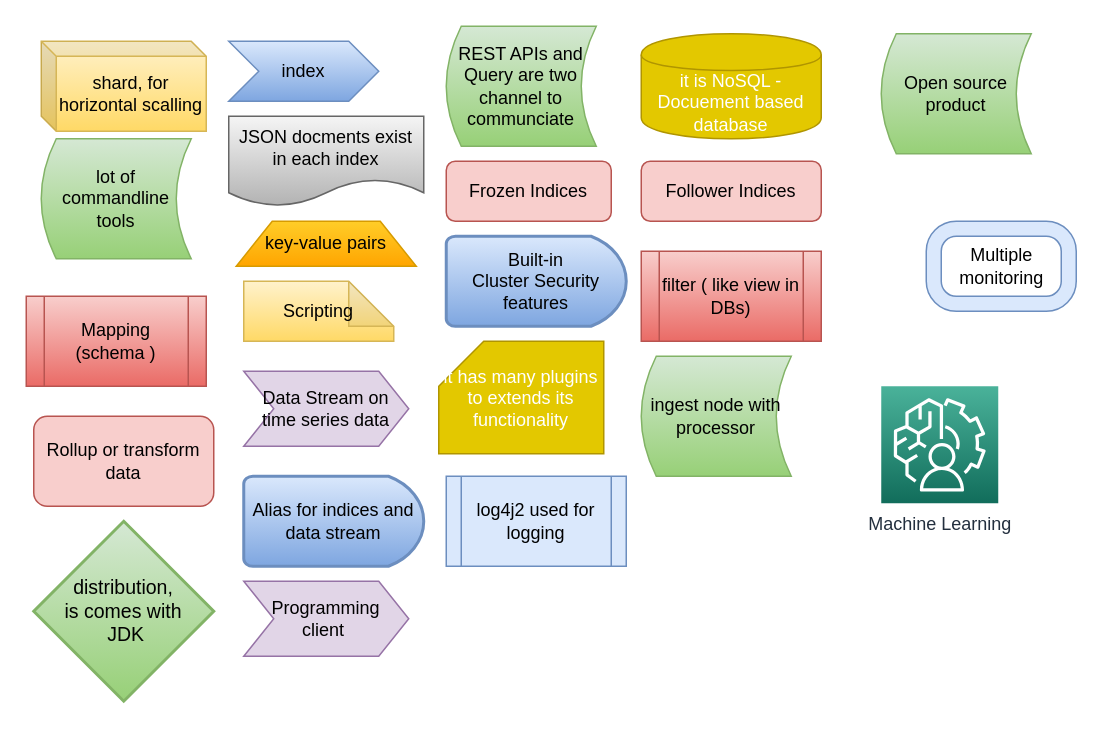
paramothers/books keeps this draw.io diagram as page "ES-General" (1 of 9) of My Articles/elastic stack/Elastic Search Understanding.drawio. Above is the earlier version. Source tidied: cells renumbered, new cells numbered last; positions are measured from the earlier drawing's top-left corner, leaving out a move shared by most shapes. Both pictures are drawn from the tidied source at 150%, with x=0, y=0 at pixel (26, 26).
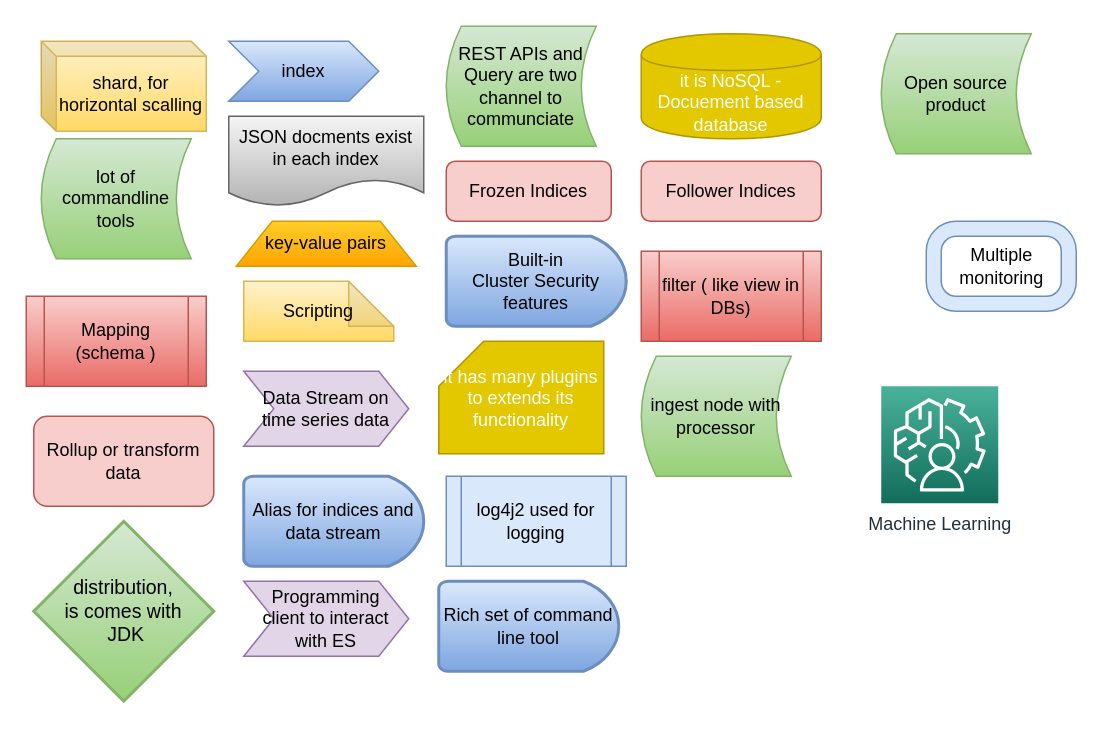
The same diagram, later.

Diff of the diagram source:
```diff
@@
-    <mxCell id="22" value="Programming &lt;br&gt;client&amp;nbsp;" style="shape=step;perimeter=stepPerimeter;whiteSpace=wrap;html=1;fixedSize=1;fillColor=#e1d5e7;strokeColor=#9673a6;" parent="1" vertex="1">
+    <mxCell id="22" value="Programming &lt;br&gt;client to interact with ES" style="shape=step;perimeter=stepPerimeter;whiteSpace=wrap;html=1;fixedSize=1;fillColor=#e1d5e7;strokeColor=#9673a6;" parent="1" vertex="1">
       <mxGeometry x="145" y="370" width="110" height="50" as="geometry" />
     </mxCell>
@@
+    <mxCell id="27" value="Rich set of command line tool" style="strokeWidth=2;html=1;shape=mxgraph.flowchart.delay;whiteSpace=wrap;gradientColor=#7ea6e0;fillColor=#dae8fc;strokeColor=#6c8ebf;" parent="1" vertex="1">
+      <mxGeometry x="275" y="370" width="120" height="60" as="geometry" />
+    </mxCell>
```
